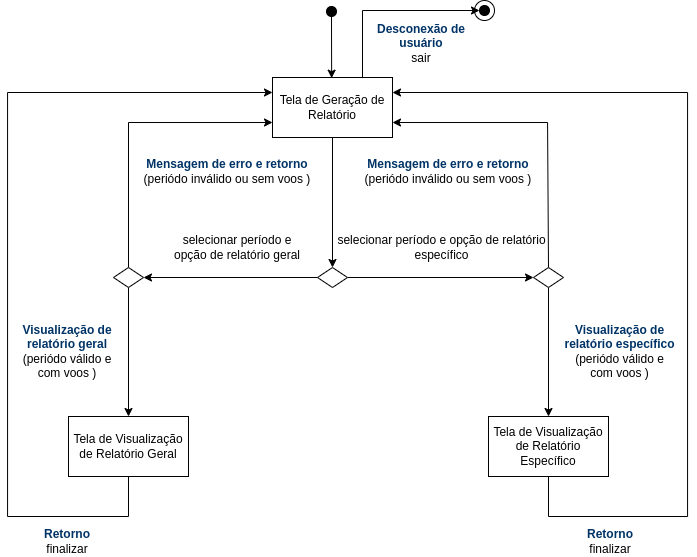
franos-pj/PCS3643-Grupo7 keeps this draw.io diagram as docs/images/diagrama_navegacao_relatorios.png. Above is the earlier version. Source tidied: cells renumbered, new cells last; positions are measured from the earlier drawing's top-left corner, leaving out a move shared by most shapes.
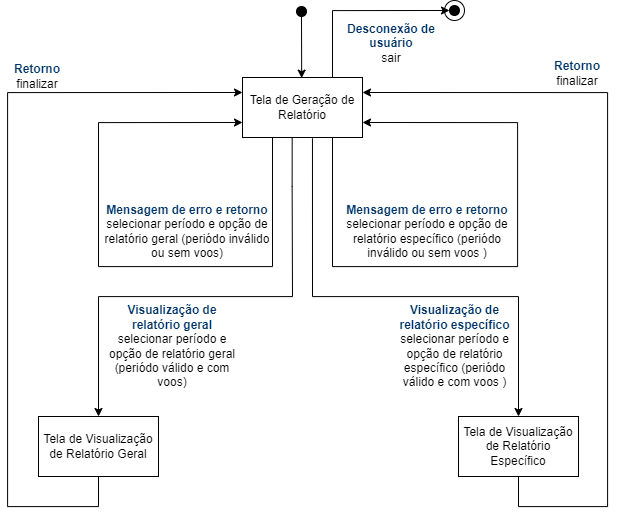
After the commit.

Change to the diagram source:
```diff
@@ -17,83 +17,74 @@
     <mxCell id="6" style="edgeStyle=orthogonalEdgeStyle;rounded=0;jettySize=auto;html=1;entryX=0;entryY=0.25;entryDx=0;entryDy=0;exitX=0.5;exitY=1;exitDx=0;exitDy=0;" parent="1" edge="1" source="7" target="3">
       <mxGeometry relative="1" as="geometry">
         <Array as="points">
-          <mxPoint x="121" y="516" />
-          <mxPoint y="516" />
-          <mxPoint y="92" />
+          <mxPoint x="121" y="506" />
+          <mxPoint x="30" y="506" />
+          <mxPoint x="30" y="92" />
         </Array>
       </mxGeometry>
     </mxCell>
     <mxCell id="7" value="Tela de Visualização de Relatório Geral" style="rounded=0;whiteSpace=wrap;html=1;" parent="1" vertex="1">
       <mxGeometry x="61" y="416" width="120" height="60" as="geometry" />
     </mxCell>
-    <mxCell id="8" style="edgeStyle=orthogonalEdgeStyle;rounded=0;jettySize=auto;html=1;exitX=0.5;exitY=1;exitDx=0;exitDy=0;entryX=0.5;entryY=0;entryDx=0;entryDy=0;" parent="1" edge="1" source="3" target="13">
-      <mxGeometry relative="1" as="geometry" />
-    </mxCell>
     <mxCell id="9" style="edgeStyle=orthogonalEdgeStyle;rounded=0;jettySize=auto;html=1;entryX=1;entryY=0.25;entryDx=0;entryDy=0;exitX=0.5;exitY=1;exitDx=0;exitDy=0;" parent="1" edge="1" source="10" target="3">
       <mxGeometry relative="1" as="geometry">
         <Array as="points">
-          <mxPoint x="541" y="516" />
-          <mxPoint x="680" y="516" />
-          <mxPoint x="680" y="92" />
+          <mxPoint x="541" y="506" />
+          <mxPoint x="630" y="506" />
+          <mxPoint x="630" y="92" />
         </Array>
       </mxGeometry>
     </mxCell>
     <mxCell id="10" value="Tela de Visualização de Relatório Específico" style="rounded=0;whiteSpace=wrap;html=1;" parent="1" vertex="1">
       <mxGeometry x="481" y="416" width="120" height="60" as="geometry" />
     </mxCell>
-    <mxCell id="11" style="edgeStyle=orthogonalEdgeStyle;rounded=0;jettySize=auto;html=1;entryX=1;entryY=0.5;entryDx=0;entryDy=0;" parent="1" edge="1" source="13" target="18">
-      <mxGeometry relative="1" as="geometry" />
-    </mxCell>
-    <mxCell id="12" style="edgeStyle=orthogonalEdgeStyle;rounded=0;jettySize=auto;html=1;" parent="1" edge="1" source="13" target="23">
-      <mxGeometry relative="1" as="geometry" />
-    </mxCell>
-    <mxCell id="13" style="rhombus;whiteSpace=wrap;html=1;" parent="1" vertex="1">
-      <mxGeometry x="310" y="267" width="30" height="20" as="geometry" />
-    </mxCell>
-    <mxCell id="14" value="selecionar período e opção de relatório geral" style="text;html=1;strokeColor=none;fillColor=none;align=center;verticalAlign=middle;whiteSpace=wrap;rounded=0;" parent="1" vertex="1">
-      <mxGeometry x="160" y="227" width="140" height="40" as="geometry" />
-    </mxCell>
-    <mxCell id="15" value="&lt;font style=&quot;font-weight: bold;&quot; color=&quot;#003366&quot;&gt;Visualização de relatório geral&lt;br&gt;&lt;/font&gt;(periódo válido e com voos )" style="text;html=1;strokeColor=none;fillColor=none;align=center;verticalAlign=middle;whiteSpace=wrap;rounded=0;" parent="1" vertex="1">
-      <mxGeometry x="10" y="336" width="100" height="30" as="geometry" />
+    <mxCell id="15" value="&lt;font style=&quot;font-weight: bold;&quot; color=&quot;#003366&quot;&gt;Visualização de relatório geral&lt;br&gt;&lt;/font&gt;selecionar período e opção de relatório geral (periódo válido e com voos)" style="text;html=1;strokeColor=none;fillColor=none;align=center;verticalAlign=middle;whiteSpace=wrap;rounded=0;" parent="1" vertex="1">
+      <mxGeometry x="125" y="296" width="140" height="100" as="geometry" />
     </mxCell>
-    <mxCell id="16" style="edgeStyle=orthogonalEdgeStyle;rounded=0;jettySize=auto;html=1;" parent="1" edge="1" source="18" target="7">
-      <mxGeometry relative="1" as="geometry" />
+    <mxCell id="16" style="edgeStyle=orthogonalEdgeStyle;rounded=0;jettySize=auto;html=1;exitX=0.414;exitY=1.004;exitDx=0;exitDy=0;exitPerimeter=0;" parent="1" edge="1" source="3" target="7">
+      <mxGeometry relative="1" as="geometry">
+        <Array as="points">
+          <mxPoint x="315" y="186" />
+          <mxPoint x="315" y="186" />
+          <mxPoint x="315" y="296" />
+          <mxPoint x="121" y="296" />
+        </Array>
+      </mxGeometry>
     </mxCell>
-    <mxCell id="17" style="edgeStyle=orthogonalEdgeStyle;rounded=0;jettySize=auto;html=1;entryX=0;entryY=0.75;entryDx=0;entryDy=0;" parent="1" edge="1" source="18" target="3">
+    <mxCell id="17" style="edgeStyle=orthogonalEdgeStyle;rounded=0;orthogonalLoop=1;jettySize=auto;html=1;entryX=0;entryY=0.75;entryDx=0;entryDy=0;exitX=0.25;exitY=1;exitDx=0;exitDy=0;" parent="1" edge="1" source="3" target="3">
       <mxGeometry relative="1" as="geometry">
         <Array as="points">
+          <mxPoint x="295" y="266" />
+          <mxPoint x="121" y="266" />
           <mxPoint x="121" y="122" />
         </Array>
       </mxGeometry>
     </mxCell>
-    <mxCell id="18" style="rhombus;whiteSpace=wrap;html=1;" parent="1" vertex="1">
-      <mxGeometry x="106" y="267" width="30" height="20" as="geometry" />
-    </mxCell>
-    <mxCell id="19" value="Mensagem de erro e retorno&lt;br&gt;&lt;font style=&quot;font-weight: normal;&quot; color=&quot;#000000&quot;&gt;(periódo inválido ou sem voos )&lt;/font&gt;" style="text;html=1;strokeColor=none;fillColor=none;align=center;verticalAlign=middle;whiteSpace=wrap;rounded=0;fontColor=#003366;fontStyle=1;" parent="1" vertex="1">
-      <mxGeometry x="130" y="156" width="180" height="30" as="geometry" />
+    <mxCell id="19" value="Mensagem de erro e retorno&lt;br&gt;&lt;span style=&quot;color: rgb(0, 0, 0); font-weight: 400;&quot;&gt;selecionar período e opção de relatório geral&amp;nbsp;&lt;/span&gt;&lt;font style=&quot;font-weight: normal;&quot; color=&quot;#000000&quot;&gt;(periódo inválido ou sem voos)&lt;/font&gt;" style="text;html=1;strokeColor=none;fillColor=none;align=center;verticalAlign=middle;whiteSpace=wrap;rounded=0;fontColor=#003366;fontStyle=1;" parent="1" vertex="1">
+      <mxGeometry x="120" y="196" width="180" height="70" as="geometry" />
     </mxCell>
-    <mxCell id="20" value="selecionar período e opção de relatório específico" style="text;html=1;strokeColor=none;fillColor=none;align=center;verticalAlign=middle;whiteSpace=wrap;rounded=0;" parent="1" vertex="1">
-      <mxGeometry x="329" y="227" width="211" height="40" as="geometry" />
-    </mxCell>
-    <mxCell id="21" style="edgeStyle=orthogonalEdgeStyle;rounded=0;jettySize=auto;html=1;" parent="1" edge="1" source="23" target="10">
-      <mxGeometry relative="1" as="geometry" />
+    <mxCell id="21" style="edgeStyle=orthogonalEdgeStyle;rounded=0;jettySize=auto;html=1;exitX=0.583;exitY=1.013;exitDx=0;exitDy=0;exitPerimeter=0;" parent="1" edge="1" source="3" target="10">
+      <mxGeometry relative="1" as="geometry">
+        <Array as="points">
+          <mxPoint x="335" y="296" />
+          <mxPoint x="541" y="296" />
+        </Array>
+      </mxGeometry>
     </mxCell>
-    <mxCell id="22" style="edgeStyle=orthogonalEdgeStyle;rounded=0;jettySize=auto;html=1;entryX=1;entryY=0.75;entryDx=0;entryDy=0;exitX=0.5;exitY=0;exitDx=0;exitDy=0;" parent="1" edge="1" source="23" target="3">
+    <mxCell id="22" style="edgeStyle=orthogonalEdgeStyle;rounded=0;orthogonalLoop=1;jettySize=auto;html=1;entryX=1;entryY=0.75;entryDx=0;entryDy=0;exitX=0.75;exitY=1;exitDx=0;exitDy=0;" parent="1" edge="1" source="3" target="3">
       <mxGeometry relative="1" as="geometry">
         <Array as="points">
+          <mxPoint x="355" y="266" />
           <mxPoint x="540" y="266" />
           <mxPoint x="540" y="122" />
         </Array>
       </mxGeometry>
     </mxCell>
-    <mxCell id="23" style="rhombus;whiteSpace=wrap;html=1;" parent="1" vertex="1">
-      <mxGeometry x="526" y="267" width="30" height="20" as="geometry" />
-    </mxCell>
-    <mxCell id="24" value="&lt;font style=&quot;font-weight: bold;&quot; color=&quot;#003366&quot;&gt;Visualização de relatório específico&lt;br&gt;&lt;/font&gt;(periódo válido e com voos )" style="text;html=1;strokeColor=none;fillColor=none;align=center;verticalAlign=middle;whiteSpace=wrap;rounded=0;" parent="1" vertex="1">
-      <mxGeometry x="556" y="336" width="113" height="30" as="geometry" />
+    <mxCell id="24" value="&lt;font style=&quot;font-weight: bold;&quot; color=&quot;#003366&quot;&gt;Visualização de relatório específico&lt;br&gt;&lt;/font&gt;selecionar período e opção de relatório específico (periódo válido e com voos )" style="text;html=1;strokeColor=none;fillColor=none;align=center;verticalAlign=middle;whiteSpace=wrap;rounded=0;" parent="1" vertex="1">
+      <mxGeometry x="411.5" y="296" width="131" height="100" as="geometry" />
     </mxCell>
-    <mxCell id="25" value="Mensagem de erro e retorno&lt;br&gt;&lt;font style=&quot;font-weight: normal;&quot; color=&quot;#000000&quot;&gt;(periódo inválido ou sem voos )&lt;/font&gt;" style="text;html=1;strokeColor=none;fillColor=none;align=center;verticalAlign=middle;whiteSpace=wrap;rounded=0;fontColor=#003366;fontStyle=1;" parent="1" vertex="1">
-      <mxGeometry x="354" y="156" width="174" height="30" as="geometry" />
+    <mxCell id="25" value="Mensagem de erro e retorno&lt;br&gt;&lt;span style=&quot;color: rgb(0, 0, 0); font-weight: 400;&quot;&gt;selecionar período e opção de relatório específico&amp;nbsp;&lt;/span&gt;&lt;font style=&quot;font-weight: normal;&quot; color=&quot;#000000&quot;&gt;(periódo inválido ou sem voos )&lt;/font&gt;" style="text;html=1;strokeColor=none;fillColor=none;align=center;verticalAlign=middle;whiteSpace=wrap;rounded=0;fontColor=#003366;fontStyle=1;" parent="1" vertex="1">
+      <mxGeometry x="360" y="196" width="180" height="70" as="geometry" />
     </mxCell>
     <mxCell id="26" style="edgeStyle=orthogonalEdgeStyle;rounded=0;orthogonalLoop=1;jettySize=auto;html=1;exitX=0.5;exitY=1;exitDx=0;exitDy=0;" parent="1" edge="1" source="24" target="24">
       <mxGeometry relative="1" as="geometry" />
@@ -111,10 +102,10 @@
       <mxGeometry x="354" y="16" width="120" height="53" as="geometry" />
     </mxCell>
     <mxCell id="31" value="Retorno&lt;br&gt;&lt;font color=&quot;#000000&quot;&gt;&lt;span style=&quot;font-weight: 400;&quot;&gt;finalizar&lt;/span&gt;&lt;/font&gt;" style="text;html=1;strokeColor=none;fillColor=none;align=center;verticalAlign=middle;whiteSpace=wrap;rounded=0;fontColor=#003366;fontStyle=1;" parent="1" vertex="1">
-      <mxGeometry x="30" y="526" width="60" height="30" as="geometry" />
+      <mxGeometry x="30" y="61" width="60" height="30" as="geometry" />
     </mxCell>
     <mxCell id="32" value="Retorno&lt;br&gt;&lt;font color=&quot;#000000&quot;&gt;&lt;span style=&quot;font-weight: 400;&quot;&gt;finalizar&lt;/span&gt;&lt;/font&gt;" style="text;html=1;strokeColor=none;fillColor=none;align=center;verticalAlign=middle;whiteSpace=wrap;rounded=0;fontColor=#003366;fontStyle=1;" parent="1" vertex="1">
-      <mxGeometry x="572.5" y="526" width="60" height="30" as="geometry" />
+      <mxGeometry x="570" y="54" width="60" height="37" as="geometry" />
     </mxCell>
   </root>
 </mxGraphModel>
```
